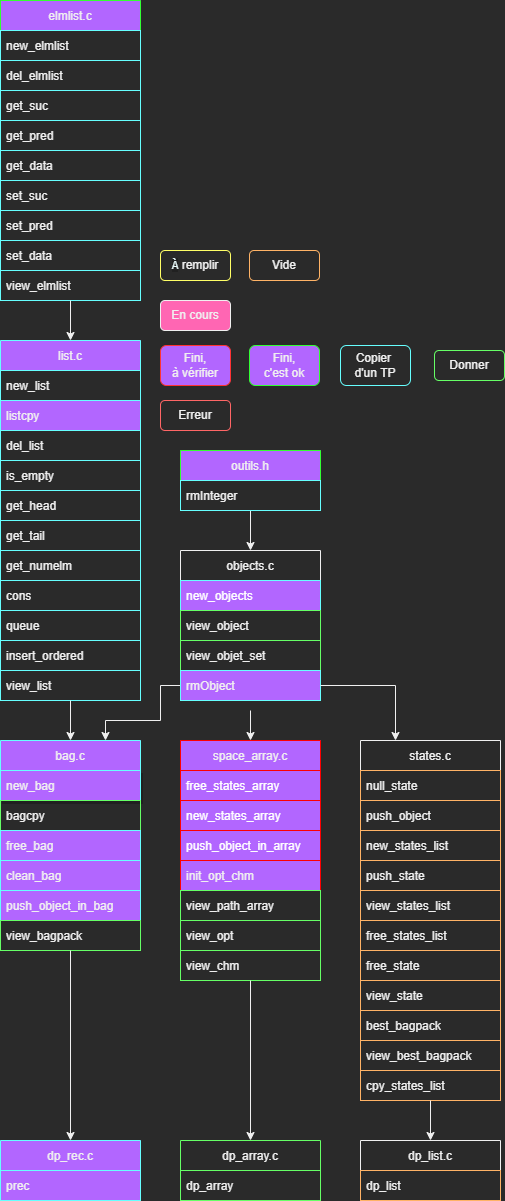
The draw.io diagram image/plan_avancement_des_fonction.drawio.png in Brice5423/L2_Projet_ProgAv-S3, before a commit. Source tidied: cells renumbered, new cells last; positions are measured from the earlier drawing's top-left corner, leaving out a move shared by most shapes.
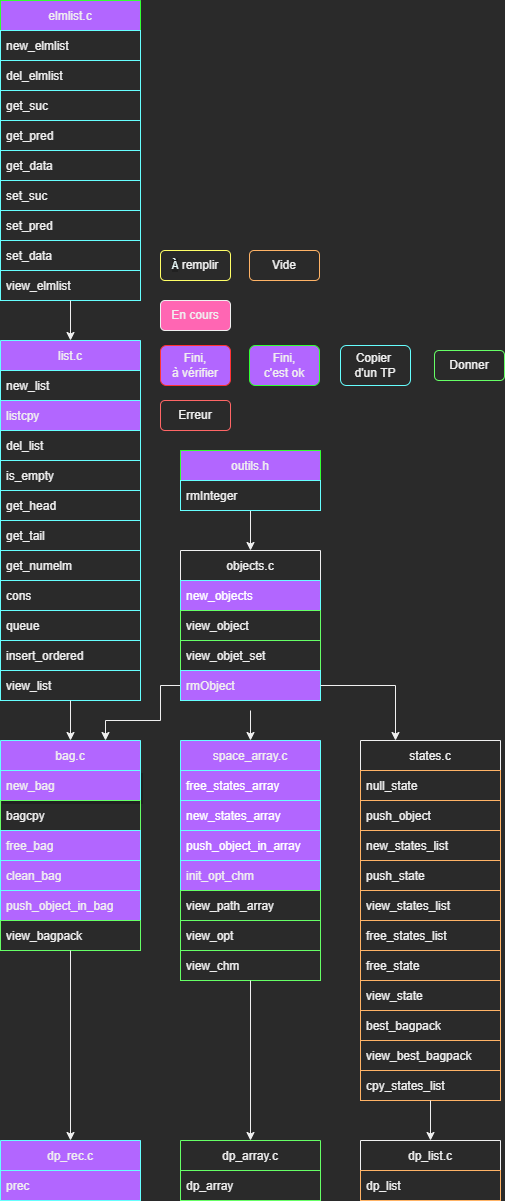
Above is the later version.

Commit message:
Update : image schéma (après rendu projet)

What changed in the source:
```diff
@@ -161,19 +161,19 @@
     <mxCell id="52" style="edgeStyle=orthogonalEdgeStyle;rounded=0;jettySize=auto;html=1;exitX=1;exitY=0.5;exitDx=0;exitDy=0;entryX=0.25;entryY=0;entryDx=0;entryDy=0;strokeColor=#F0F0F0;" parent="1" edge="1" source="14" target="40">
       <mxGeometry relative="1" as="geometry" />
     </mxCell>
-    <mxCell id="53" value="space_array.c" style="swimlane;fontStyle=0;horizontal=1;startSize=30;strokeColor=#FF0000;fillColor=#B266FF;" parent="1" vertex="1">
+    <mxCell id="53" value="space_array.c" style="swimlane;fontStyle=0;horizontal=1;startSize=30;strokeColor=#66FFFF;fillColor=#B266FF;" parent="1" vertex="1">
       <mxGeometry x="180" y="740" width="140" height="240" as="geometry" />
     </mxCell>
-    <mxCell id="54" value="free_states_array" style="text;strokeColor=#FF0000;fillColor=#B266FF;align=left;verticalAlign=middle;spacingLeft=4;spacingRight=4;overflow=hidden;fontColor=#ffffff;" parent="53" vertex="1">
+    <mxCell id="54" value="free_states_array" style="text;strokeColor=#66FFFF;fillColor=#B266FF;align=left;verticalAlign=middle;spacingLeft=4;spacingRight=4;overflow=hidden;fontColor=#ffffff;" parent="53" vertex="1">
       <mxGeometry y="30" width="140" height="30" as="geometry" />
     </mxCell>
-    <mxCell id="55" value="new_states_array" style="text;strokeColor=#FF0000;fillColor=#B266FF;align=left;verticalAlign=middle;spacingLeft=4;spacingRight=4;overflow=hidden;fontColor=#ffffff;" parent="53" vertex="1">
+    <mxCell id="55" value="new_states_array" style="text;strokeColor=#66FFFF;fillColor=#B266FF;align=left;verticalAlign=middle;spacingLeft=4;spacingRight=4;overflow=hidden;fontColor=#ffffff;" parent="53" vertex="1">
       <mxGeometry y="60" width="140" height="30" as="geometry" />
     </mxCell>
-    <mxCell id="56" value="push_object_in_array" style="text;strokeColor=#FF0000;fillColor=#B266FF;align=left;verticalAlign=middle;spacingLeft=4;spacingRight=4;overflow=hidden;fontColor=#ffffff;" parent="53" vertex="1">
+    <mxCell id="56" value="push_object_in_array" style="text;strokeColor=#66FFFF;fillColor=#B266FF;align=left;verticalAlign=middle;spacingLeft=4;spacingRight=4;overflow=hidden;fontColor=#ffffff;" parent="53" vertex="1">
       <mxGeometry y="90" width="140" height="30" as="geometry" />
     </mxCell>
-    <mxCell id="57" value="init_opt_chm" style="text;strokeColor=#FF0000;fillColor=#B266FF;align=left;verticalAlign=middle;spacingLeft=4;spacingRight=4;overflow=hidden;" parent="53" vertex="1">
+    <mxCell id="57" value="init_opt_chm" style="text;strokeColor=#66FFFF;fillColor=#B266FF;align=left;verticalAlign=middle;spacingLeft=4;spacingRight=4;overflow=hidden;" parent="53" vertex="1">
       <mxGeometry y="120" width="140" height="30" as="geometry" />
     </mxCell>
     <mxCell id="58" value="view_path_array" style="text;strokeColor=#66FF66;fillColor=none;align=left;verticalAlign=middle;spacingLeft=4;spacingRight=4;overflow=hidden;" parent="53" vertex="1">
```
